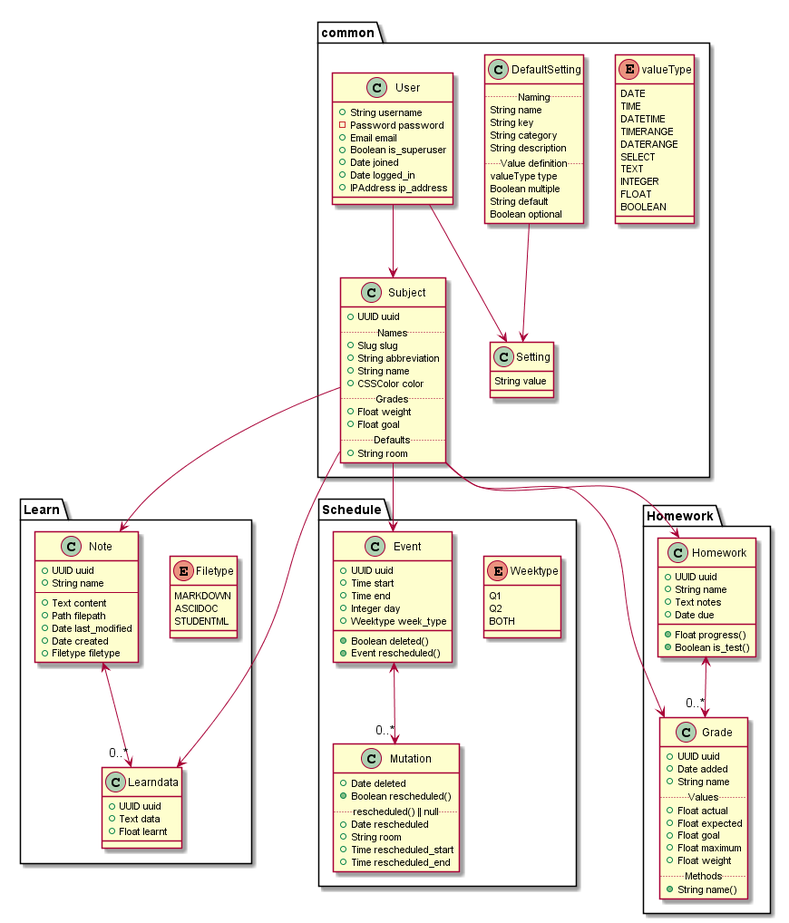
Before: DATABASE.png, a diagram exported from PlantUML (schoolsyst/api). Its diagram source:
```plantuml
@startuml
package common {
    class Subject {
        + UUID uuid
        ..Names..
        + Slug slug
        + String abbreviation
        + String name
        + CSSColor color
        ..Grades..
        + Float weight
        + Float goal
        ..Defaults..
        + String room
    }

    enum valueType {
        DATE
        TIME
        DATETIME
        TIMERANGE
        DATERANGE
        SELECT
        TEXT
        INTEGER
        FLOAT
        BOOLEAN
    }

    class DefaultSetting {
        ..Naming..
        String name
        String key
        String category
        String description
        ..Value definition..
        valueType type
        Boolean multiple
        String default
        Boolean optional
    }

    class Setting {
        String value
    }

    class User {
        + String username
        - Password password
        + Email email
        + Boolean is_superuser
        + Date joined
        + Date logged_in
        + IPAddress ip_address
    }
}
package Learn {
    enum Filetype {
        MARKDOWN
        ASCIIDOC
        STUDENTML
    }

    class Note {
        + UUID uuid
        + String name
        ---
        + Text content
        + Path filepath
        + Date last_modified
        + Date created
        + Filetype filetype
    }

    class Learndata {
        + UUID uuid
        + Text data
        + Float learnt
    }
}

package Schedule {

    enum Weektype {
        Q1
        Q2
        BOTH
    }
    class Event {
        + UUID uuid
        + Time start
        + Time end
        + Integer day
        + Weektype week_type
        + Boolean deleted()
        + Event rescheduled()
    }

    class Mutation {
        + Date deleted
        + Boolean rescheduled()
        ..rescheduled() || null..
        + Date rescheduled
        + String room
        + Time rescheduled_start
        + Time rescheduled_end
    }
}

package Homework {
    class Grade {
        + UUID uuid
        + Date added
        + String name
        ..Values..
        + Float actual
        + Float expected
        + Float goal
        + Float maximum
        + Float weight
        ..Methods..
        + String name()
    }

    class Homework {
        + UUID uuid
        + String name
        + Text notes
        + Date due
        + Float progress()
        + Boolean is_test()
    }
}

User --> Subject
User --> Setting
DefaultSetting --> Setting

Subject --> Note
Subject --> Homework
Subject --> Event
Subject --> Learndata
Subject --> Grade

Note <--> "0..*" Learndata
Homework <--> "0..*" Grade
Event <--> "0..*" Mutation
@enduml
```
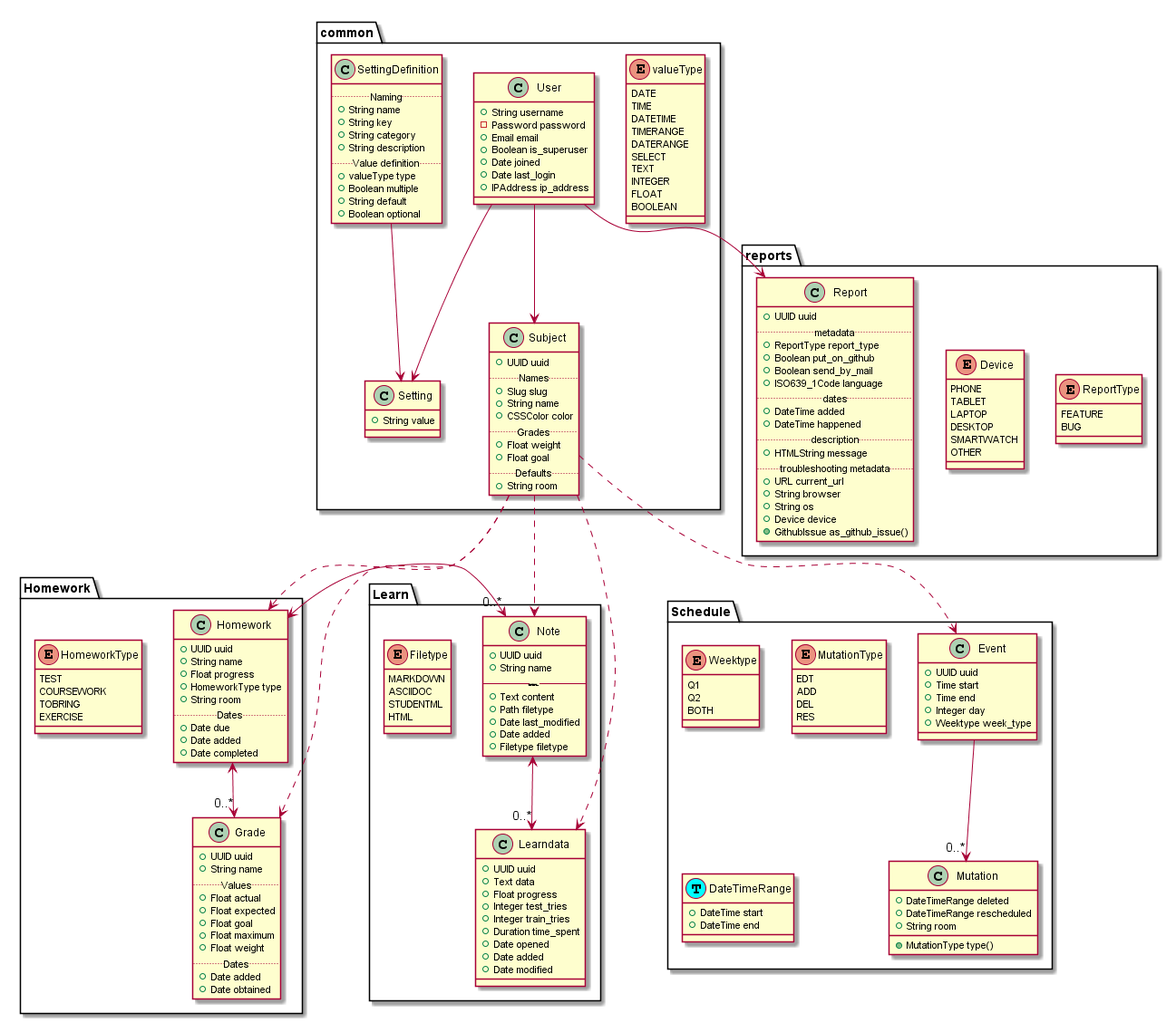
After the change.

Change to the diagram source:
```diff
@@ -4,7 +4,6 @@
         + UUID uuid
         ..Names..
         + Slug slug
-        + String abbreviation
         + String name
         + CSSColor color
         ..Grades..
@@ -27,21 +26,21 @@
         BOOLEAN
     }
 
-    class DefaultSetting {
+    class SettingDefinition {
         ..Naming..
-        String name
-        String key
-        String category
-        String description
+        + String name
+        + String key
+        + String category
+        + String description
         ..Value definition..
-        valueType type
-        Boolean multiple
-        String default
-        Boolean optional
+        + valueType type
+        + Boolean multiple
+        + String default
+        + Boolean optional
     }
 
     class Setting {
-        String value
+        + String value
     }
 
     class User {
@@ -50,7 +49,7 @@
         + Email email
         + Boolean is_superuser
         + Date joined
-        + Date logged_in
+        + Date last_login
         + IPAddress ip_address
     }
 }
@@ -59,23 +58,30 @@
         MARKDOWN
         ASCIIDOC
         STUDENTML
+        HTML
     }
 
     class Note {
         + UUID uuid
         + String name
-        ---
+        ---------------
         + Text content
-        + Path filepath
+        + Path filetype
         + Date last_modified
-        + Date created
+        + Date added
         + Filetype filetype
     }
 
     class Learndata {
         + UUID uuid
         + Text data
-        + Float learnt
+        + Float progress
+        + Integer test_tries
+        + Integer train_tries
+        + Duration time_spent
+        + Date opened
+        + Date added
+        + Date modified
     }
 }
 
@@ -86,31 +92,38 @@
         Q2
         BOTH
     }
+
+    enum MutationType {
+        EDT
+        ADD
+        DEL
+        RES
+    }
+
+    class DateTimeRange<< (T,cyan) >> {
+        + DateTime start
+        + DateTime end
+    }
+
     class Event {
         + UUID uuid
         + Time start
         + Time end
         + Integer day
         + Weektype week_type
-        + Boolean deleted()
-        + Event rescheduled()
     }
 
     class Mutation {
-        + Date deleted
-        + Boolean rescheduled()
-        ..rescheduled() || null..
-        + Date rescheduled
+        + DateTimeRange deleted
+        + DateTimeRange rescheduled
         + String room
-        + Time rescheduled_start
-        + Time rescheduled_end
+        + MutationType type()
     }
 }
 
 package Homework {
     class Grade {
         + UUID uuid
-        + Date added
         + String name
         ..Values..
         + Float actual
@@ -118,31 +131,83 @@
         + Float goal
         + Float maximum
         + Float weight
-        ..Methods..
-        + String name()
+        ..Dates..
+        + Date added
+        + Date obtained
+    }
+
+    enum HomeworkType {
+        TEST
+        COURSEWORK
+        TOBRING
+        EXERCISE
     }
 
     class Homework {
         + UUID uuid
         + String name
-        + Text notes
+        + Float progress
+        + HomeworkType type
+        + String room
+        ..Dates..
         + Date due
-        + Float progress()
-        + Boolean is_test()
+        + Date added
+        + Date completed
+    }
+}
+
+package reports {
+    enum ReportType {
+        FEATURE
+        BUG
+    }
+
+    enum Device {
+        PHONE
+        TABLET
+        LAPTOP
+        DESKTOP
+        SMARTWATCH
+        OTHER
+    }
+
+    class Report {
+        + UUID uuid
+        ..metadata..
+        + ReportType report_type
+        + Boolean put_on_github
+        + Boolean send_by_mail
+        + ISO639_1Code language
+        ..dates..
+        + DateTime added
+        + DateTime happened
+        ..description..
+        + HTMLString message
+        ..troubleshooting metadata..
+        + URL current_url
+        + String browser
+        + String os
+        + Device device
+        + GithubIssue as_github_issue()
     }
 }
 
 User --> Subject
 User --> Setting
-DefaultSetting --> Setting
+User --> Report
+SettingDefinition --> Setting
 
-Subject --> Note
-Subject --> Homework
-Subject --> Event
-Subject --> Learndata
-Subject --> Grade
+Subject ..> Note
+Subject ..> Homework
+Subject ..> Event
+Subject ..> Learndata
+Subject ..> Grade
 
 Note <--> "0..*" Learndata
 Homework <--> "0..*" Grade
-Event <--> "0..*" Mutation
+Homework <--> "0..*" Note
+Event --> "0..*" Mutation
+
+Event -[hidden]> Note
+Note -[hidden]> Homework
 @enduml
```
